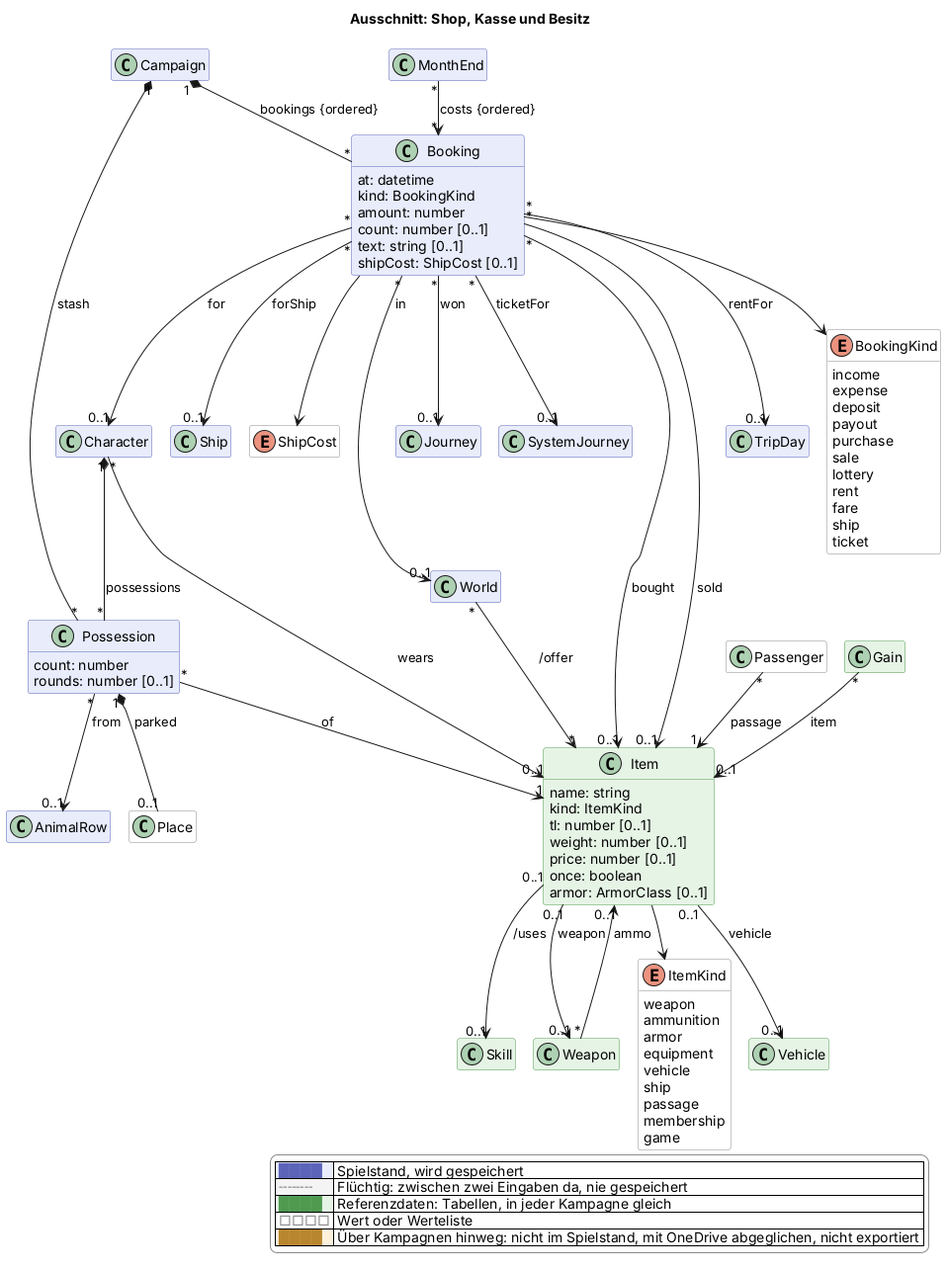
This is docs/views/shop.png from scuzzar/SRE, a PlantUML export, as it was before one commit.
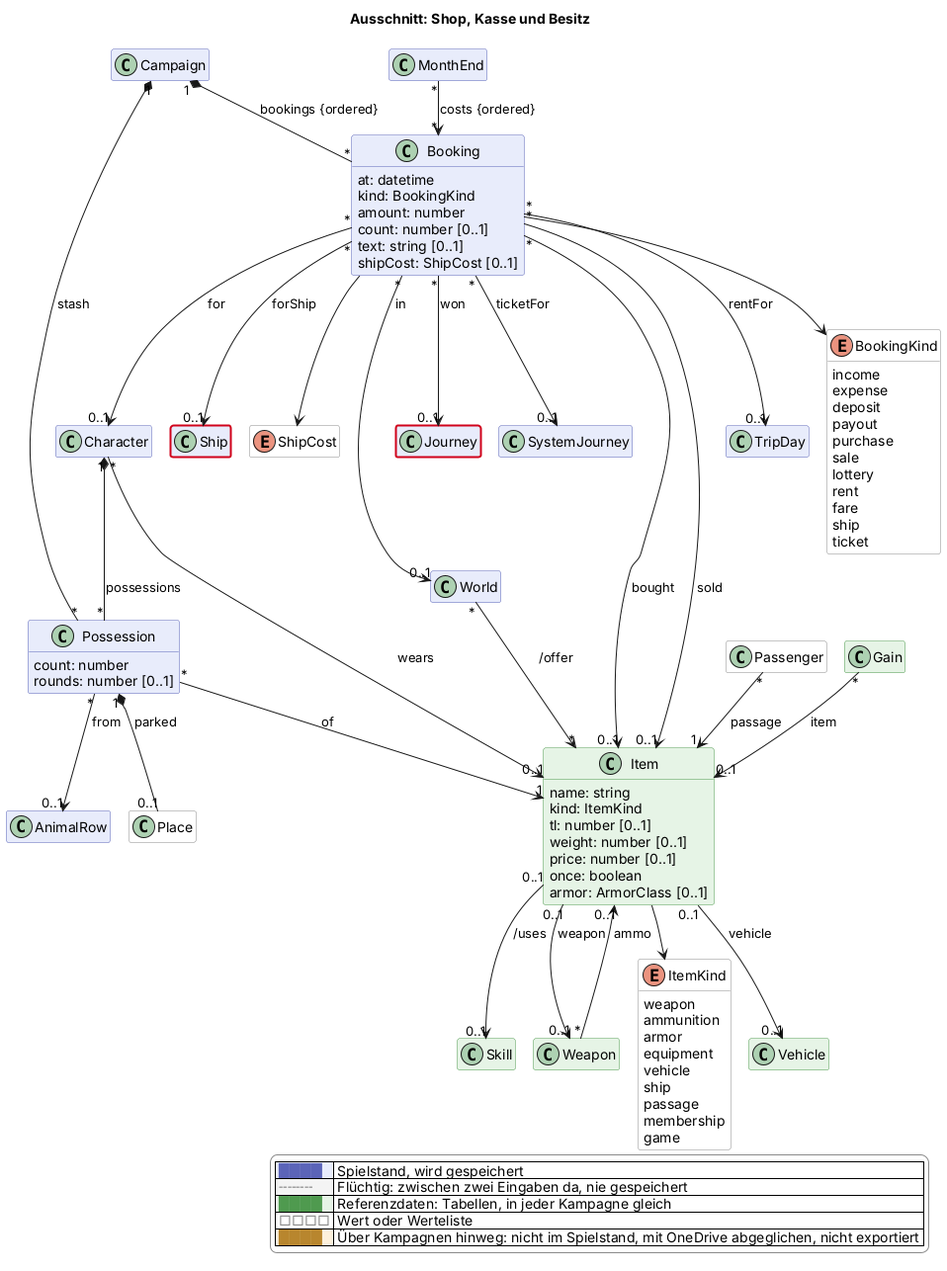
The same file after the commit.

Diff of the diagram source:
```diff
@@ -188,4 +188,6 @@
   |<#ffffff> <color:#8a8a8a>□□□□</color> | Wert oder Werteliste |
   |<#fdf1dc> <color:#b8862e>████</color> | Über Kampagnen hinweg: nicht im Spielstand, mit OneDrive abgeglichen, nicht exportiert |
 endlegend
+class Ship #line:d0021b;line.bold
+class Journey #line:d0021b;line.bold
 @enduml
```
